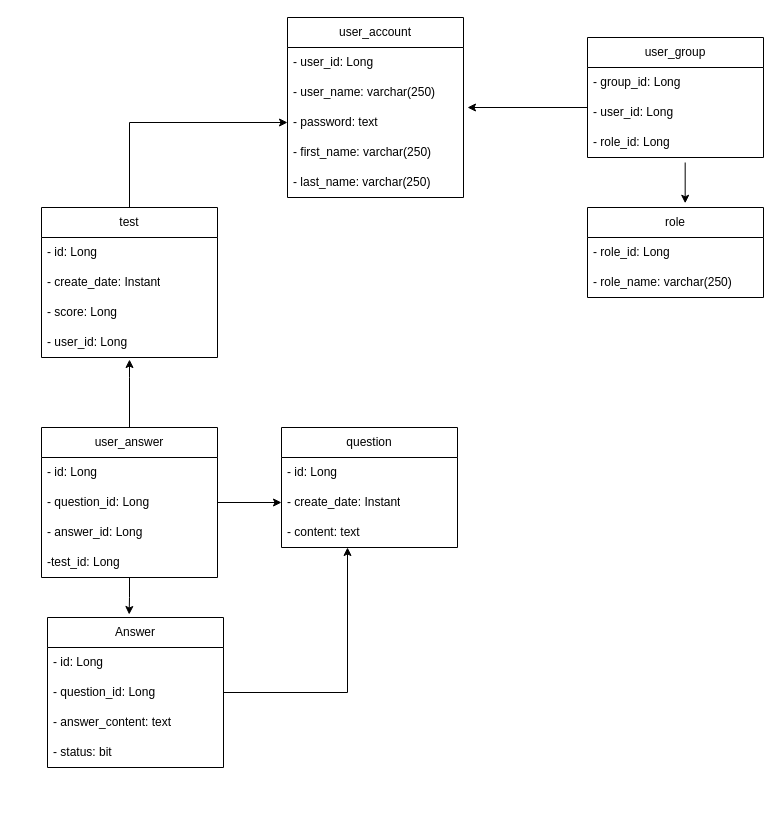
The draw.io diagram page "Database" (4 of 15) of Doc/Untitled Diagram.drawio in SWD392/SmallQuiz, before the edit. Source tidied: cells renumbered, new cells numbered last; positions are measured from the earlier drawing's top-left corner, leaving out a move shared by most shapes. Both pictures are drawn from the tidied source at 100%, with x=0, y=0 at pixel (17, 17).
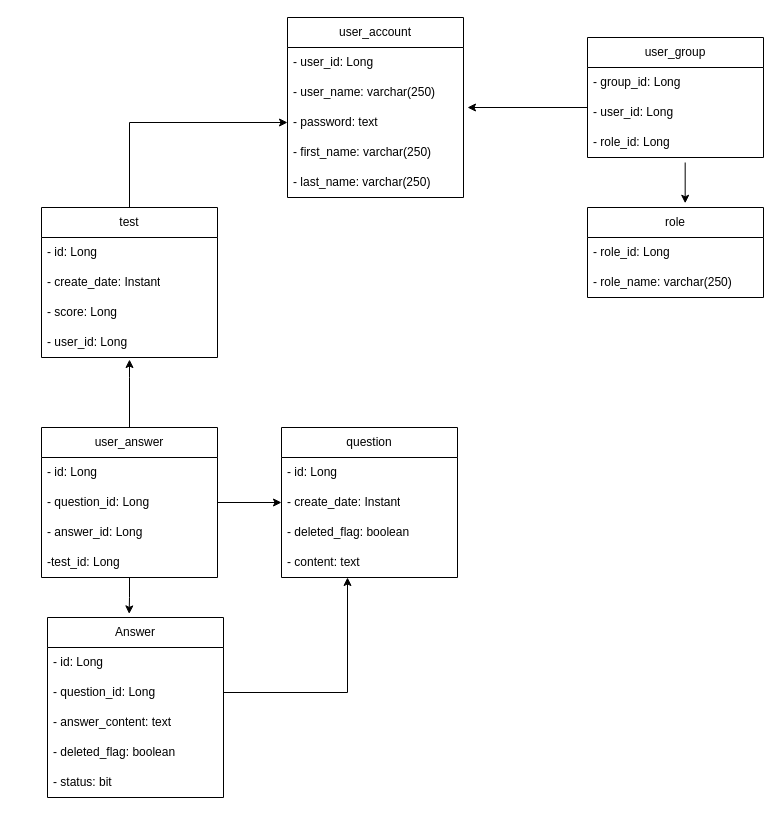
The same diagram, later.

Change to the diagram source:
```diff
@@
     <mxCell id="31" value="question" style="swimlane;fontStyle=0;horizontal=1;startSize=30;whiteSpace=wrap;html=1;" parent="1" vertex="1">
-      <mxGeometry x="264" y="410" width="176" height="120" as="geometry" />
+      <mxGeometry x="264" y="410" width="176" height="150" as="geometry" />
     </mxCell>
@@
+    <mxCell id="43" value="- deleted_flag: boolean" style="text;strokeColor=none;fillColor=none;align=left;verticalAlign=middle;spacingLeft=4;spacingRight=4;overflow=hidden;whiteSpace=wrap;html=1;" parent="31" vertex="1">
+      <mxGeometry y="90" width="176" height="30" as="geometry" />
+    </mxCell>
     <mxCell id="34" value="- content: text" style="text;strokeColor=none;fillColor=none;align=left;verticalAlign=middle;spacingLeft=4;spacingRight=4;overflow=hidden;points=[[0,0.5],[1,0.5]];portConstraint=eastwest;whiteSpace=wrap;html=1;" parent="31" vertex="1">
-      <mxGeometry y="90" width="176" height="30" as="geometry" />
+      <mxGeometry y="120" width="176" height="30" as="geometry" />
     </mxCell>
@@
     <mxCell id="36" value="Answer" style="swimlane;fontStyle=0;horizontal=1;startSize=30;whiteSpace=wrap;html=1;" parent="1" vertex="1">
-      <mxGeometry x="30" y="600" width="176" height="150" as="geometry" />
+      <mxGeometry x="30" y="600" width="176" height="180" as="geometry" />
     </mxCell>
@@
+    <mxCell id="44" value="- deleted_flag: boolean" style="text;strokeColor=none;fillColor=none;align=left;verticalAlign=middle;spacingLeft=4;spacingRight=4;overflow=hidden;whiteSpace=wrap;html=1;" parent="36" vertex="1">
+      <mxGeometry y="120" width="176" height="30" as="geometry" />
+    </mxCell>
     <mxCell id="40" value="- status: bit" style="text;strokeColor=none;fillColor=none;align=left;verticalAlign=middle;spacingLeft=4;spacingRight=4;overflow=hidden;whiteSpace=wrap;html=1;" parent="36" vertex="1">
-      <mxGeometry y="120" width="176" height="30" as="geometry" />
+      <mxGeometry y="150" width="176" height="30" as="geometry" />
     </mxCell>
```
